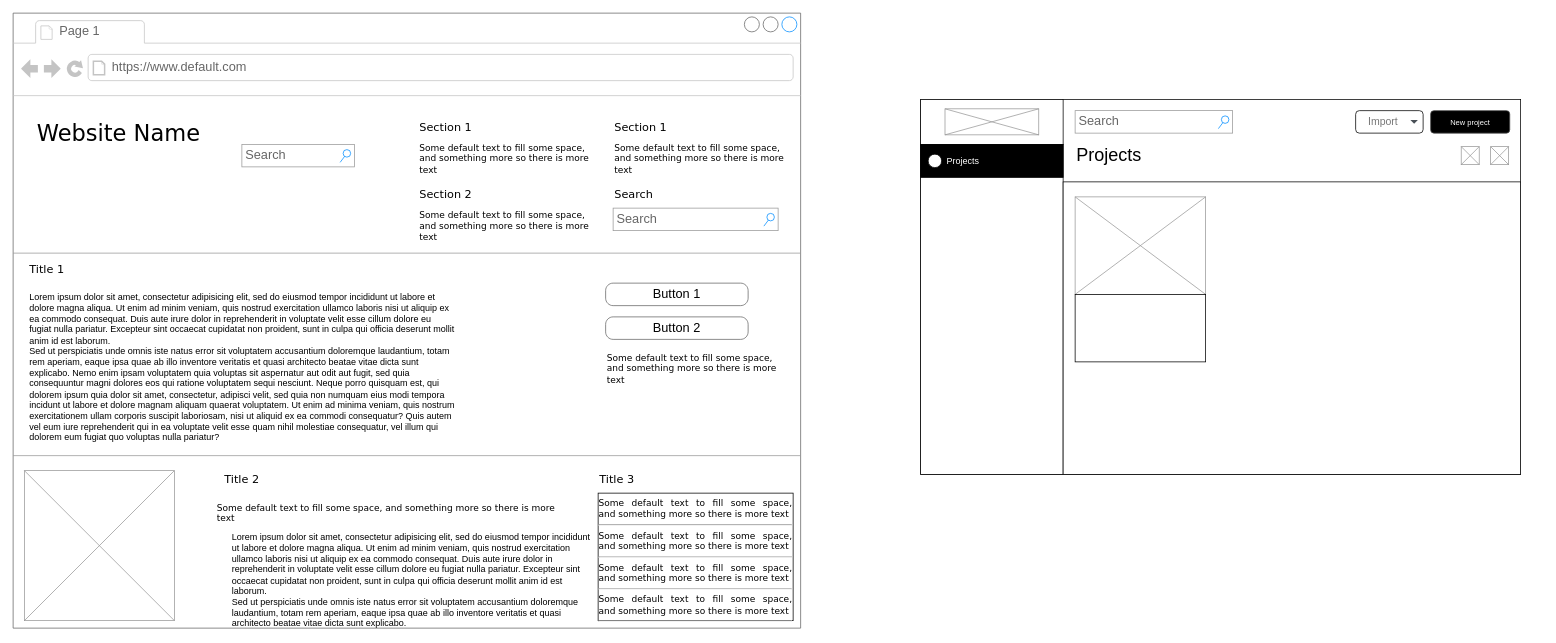
Earlier version of the draw.io diagram source/assets/Untitled Diagram.drawio (myebstudios/eb-image-reducer). Source tidied: cells renumbered, new cells numbered last; positions are measured from the earlier drawing's top-left corner, leaving out a move shared by most shapes. Both pictures are drawn from the tidied source at 75%, with x=0, y=0 at pixel (13, 13).
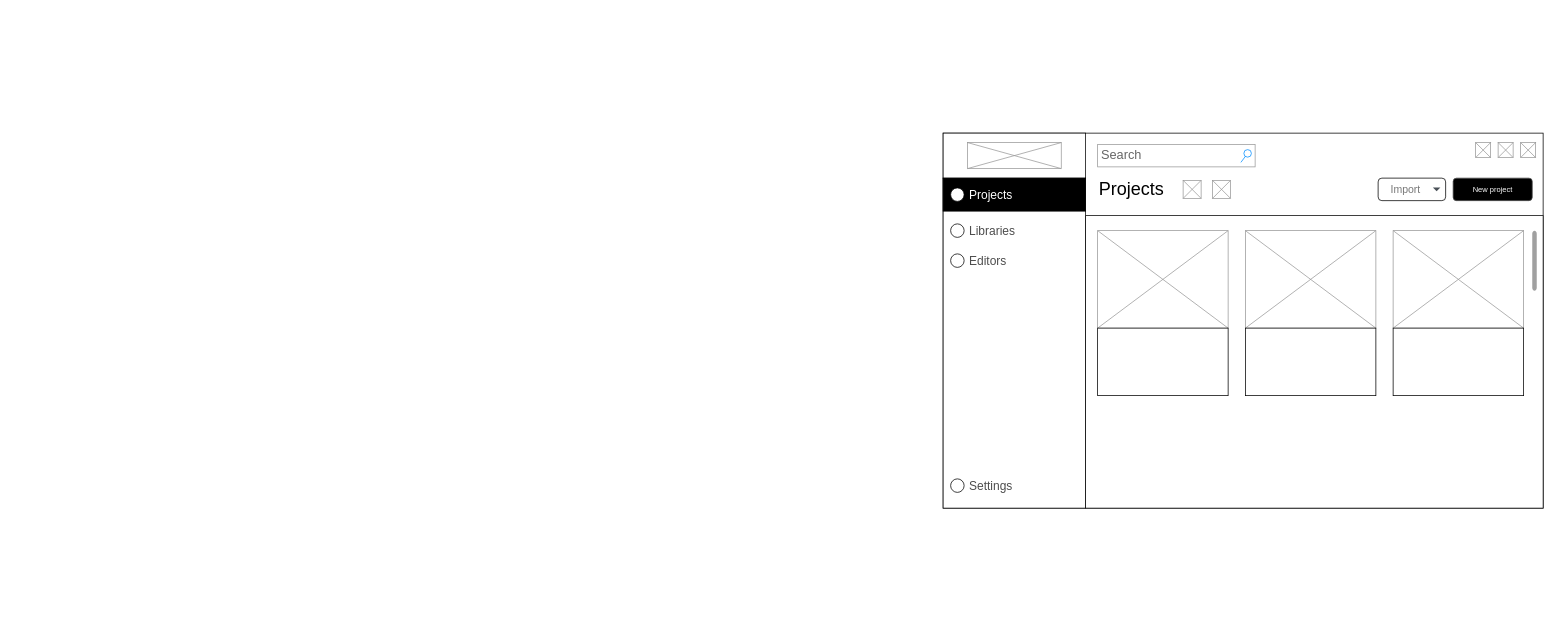
Above is the later version.

What changed in the source:
```diff
@@
-    <mxCell id="2" style="strokeWidth=1;shadow=0;dashed=0;align=center;html=1;shape=mxgraph.mockup.containers.browserWindow;rSize=0;strokeColor=#666666;mainText=,;rounded=0;labelBackgroundColor=none;fontFamily=Verdana;fontSize=12;" parent="1" vertex="1">
-      <mxGeometry width="1050" height="820" as="geometry" />
-    </mxCell>
-    <mxCell id="3" value="Page 1" style="strokeWidth=1;shadow=0;dashed=0;align=center;html=1;shape=mxgraph.mockup.containers.anchor;fontSize=17;fontColor=#666666;align=left;" parent="2" vertex="1">
-      <mxGeometry x="60" y="12" width="110" height="26" as="geometry" />
-    </mxCell>
-    <mxCell id="4" value="https://www.default.com" style="strokeWidth=1;shadow=0;dashed=0;align=center;html=1;shape=mxgraph.mockup.containers.anchor;rSize=0;fontSize=17;fontColor=#666666;align=left;" parent="2" vertex="1">
-      <mxGeometry x="130" y="60" width="250" height="26" as="geometry" />
-    </mxCell>
-    <mxCell id="5" value="Website Name" style="text;html=1;align=left;verticalAlign=top;spacingTop=-4;fontSize=30;fontFamily=Verdana;" parent="2" vertex="1">
-      <mxGeometry x="30" y="140" width="340" height="50" as="geometry" />
-    </mxCell>
-    <mxCell id="6" value="Section 1" style="text;html=1;align=left;verticalAlign=top;spacingTop=-4;fontSize=15;fontFamily=Verdana;" parent="2" vertex="1">
-      <mxGeometry x="540" y="140" width="170" height="30" as="geometry" />
-    </mxCell>
-    <mxCell id="7" value="Some default text to fill some space, and&amp;nbsp;&lt;span&gt;something more so there is more text&lt;/span&gt;" style="text;html=1;align=left;verticalAlign=top;spacingTop=-4;fontSize=12;fontFamily=Verdana;whiteSpace=wrap;" parent="2" vertex="1">
-      <mxGeometry x="540" y="170" width="240" height="40" as="geometry" />
-    </mxCell>
-    <mxCell id="8" value="Section 2" style="text;html=1;align=left;verticalAlign=top;spacingTop=-4;fontSize=15;fontFamily=Verdana;" parent="2" vertex="1">
-      <mxGeometry x="540" y="230" width="170" height="30" as="geometry" />
-    </mxCell>
-    <mxCell id="9" value="Some default text to fill some space, and&amp;nbsp;&lt;span&gt;something more so there is more text&lt;/span&gt;" style="text;html=1;align=left;verticalAlign=top;spacingTop=-4;fontSize=12;fontFamily=Verdana;whiteSpace=wrap;" parent="2" vertex="1">
-      <mxGeometry x="540" y="260" width="240" height="40" as="geometry" />
-    </mxCell>
-    <mxCell id="10" value="Section 1" style="text;html=1;align=left;verticalAlign=top;spacingTop=-4;fontSize=15;fontFamily=Verdana;" parent="2" vertex="1">
-      <mxGeometry x="800" y="140" width="170" height="30" as="geometry" />
-    </mxCell>
-    <mxCell id="11" value="Some default text to fill some space, and&amp;nbsp;&lt;span&gt;something more so there is more text&lt;/span&gt;" style="text;html=1;align=left;verticalAlign=top;spacingTop=-4;fontSize=12;fontFamily=Verdana;whiteSpace=wrap;" parent="2" vertex="1">
-      <mxGeometry x="800" y="170" width="240" height="40" as="geometry" />
-    </mxCell>
-    <mxCell id="12" value="Search" style="text;html=1;align=left;verticalAlign=top;spacingTop=-4;fontSize=15;fontFamily=Verdana;" parent="2" vertex="1">
-      <mxGeometry x="800" y="230" width="170" height="30" as="geometry" />
-    </mxCell>
-    <mxCell id="13" value="Search" style="strokeWidth=1;shadow=0;dashed=0;align=center;html=1;shape=mxgraph.mockup.forms.searchBox;strokeColor=#999999;mainText=;strokeColor2=#008cff;fontColor=#666666;fontSize=17;align=left;spacingLeft=3;rounded=0;labelBackgroundColor=none;" parent="2" vertex="1">
-      <mxGeometry x="800" y="260" width="220" height="30" as="geometry" />
-    </mxCell>
-    <mxCell id="14" style="verticalLabelPosition=bottom;shadow=0;dashed=0;align=center;html=1;verticalAlign=top;strokeWidth=1;shape=mxgraph.mockup.markup.line;strokeColor=#999999;rounded=0;labelBackgroundColor=none;fillColor=#ffffff;fontFamily=Verdana;fontSize=12;fontColor=#000000;" parent="2" vertex="1">
-      <mxGeometry y="310" width="1050" height="20" as="geometry" />
-    </mxCell>
-    <mxCell id="15" value="Title 1" style="text;html=1;align=left;verticalAlign=top;spacingTop=-4;fontSize=15;fontFamily=Verdana;" parent="2" vertex="1">
-      <mxGeometry x="20" y="330" width="170" height="30" as="geometry" />
-    </mxCell>
-    <mxCell id="16" value="Lorem ipsum dolor sit amet, consectetur adipisicing elit, sed do eiusmod tempor incididunt ut labore et dolore magna aliqua. Ut enim ad minim veniam, quis nostrud exercitation ullamco laboris nisi ut aliquip ex ea commodo consequat. Duis aute irure dolor in reprehenderit in voluptate velit esse cillum dolore eu fugiat nulla pariatur. Excepteur sint occaecat cupidatat non proident, sunt in culpa qui officia deserunt mollit anim id est laborum.&#10;Sed ut perspiciatis unde omnis iste natus error sit voluptatem accusantium doloremque laudantium, totam rem aperiam, eaque ipsa quae ab illo inventore veritatis et quasi architecto beatae vitae dicta sunt explicabo. Nemo enim ipsam voluptatem quia voluptas sit aspernatur aut odit aut fugit, sed quia consequuntur magni dolores eos qui ratione voluptatem sequi nesciunt. Neque porro quisquam est, qui dolorem ipsum quia dolor sit amet, consectetur, adipisci velit, sed quia non numquam eius modi tempora incidunt ut labore et dolore magnam aliquam quaerat voluptatem. Ut enim ad minima veniam, quis nostrum exercitationem ullam corporis suscipit laboriosam, nisi ut aliquid ex ea commodi consequatur? Quis autem vel eum iure reprehenderit qui in ea voluptate velit esse quam nihil molestiae consequatur, vel illum qui dolorem eum fugiat quo voluptas nulla pariatur?" style="text;spacingTop=-5;whiteSpace=wrap;html=1;align=left;fontSize=12;fontFamily=Helvetica;fillColor=none;strokeColor=none;rounded=0;shadow=1;labelBackgroundColor=none;" parent="2" vertex="1">
-      <mxGeometry x="20" y="370" width="570" height="240" as="geometry" />
-    </mxCell>
-    <mxCell id="17" value="Button 1" style="strokeWidth=1;shadow=0;dashed=0;align=center;html=1;shape=mxgraph.mockup.buttons.button;strokeColor=#666666;mainText=;buttonStyle=round;fontSize=17;fontStyle=0;fillColor=none;whiteSpace=wrap;rounded=0;labelBackgroundColor=none;" parent="2" vertex="1">
-      <mxGeometry x="790" y="360" width="190" height="30" as="geometry" />
-    </mxCell>
-    <mxCell id="18" value="Button 2" style="strokeWidth=1;shadow=0;dashed=0;align=center;html=1;shape=mxgraph.mockup.buttons.button;strokeColor=#666666;mainText=;buttonStyle=round;fontSize=17;fontStyle=0;fillColor=none;whiteSpace=wrap;rounded=0;labelBackgroundColor=none;" parent="2" vertex="1">
-      <mxGeometry x="790" y="405" width="190" height="30" as="geometry" />
-    </mxCell>
-    <mxCell id="19" value="Some default text to fill some space, and&amp;nbsp;&lt;span&gt;something more so there is more text&lt;/span&gt;" style="text;html=1;align=left;verticalAlign=top;spacingTop=-4;fontSize=12;fontFamily=Verdana;whiteSpace=wrap;" parent="2" vertex="1">
-      <mxGeometry x="790" y="450" width="240" height="40" as="geometry" />
-    </mxCell>
-    <mxCell id="20" style="verticalLabelPosition=bottom;shadow=0;dashed=0;align=center;html=1;verticalAlign=top;strokeWidth=1;shape=mxgraph.mockup.markup.line;strokeColor=#999999;rounded=0;labelBackgroundColor=none;fillColor=#ffffff;fontFamily=Verdana;fontSize=12;fontColor=#000000;" parent="2" vertex="1">
-      <mxGeometry y="580" width="1050" height="20" as="geometry" />
-    </mxCell>
-    <mxCell id="21" style="verticalLabelPosition=bottom;shadow=0;dashed=0;align=center;html=1;verticalAlign=top;strokeWidth=1;shape=mxgraph.mockup.graphics.simpleIcon;strokeColor=#999999;fillColor=#ffffff;rounded=0;labelBackgroundColor=none;fontFamily=Verdana;fontSize=12;fontColor=#000000;" parent="2" vertex="1">
-      <mxGeometry x="15" y="610" width="200" height="200" as="geometry" />
-    </mxCell>
-    <mxCell id="22" value="Title 2" style="text;html=1;align=left;verticalAlign=top;spacingTop=-4;fontSize=15;fontFamily=Verdana;" parent="2" vertex="1">
-      <mxGeometry x="280" y="610" width="170" height="30" as="geometry" />
-    </mxCell>
-    <mxCell id="23" value="Title 3" style="text;html=1;align=left;verticalAlign=top;spacingTop=-4;fontSize=15;fontFamily=Verdana;" parent="2" vertex="1">
-      <mxGeometry x="780" y="610" width="170" height="30" as="geometry" />
-    </mxCell>
-    <mxCell id="24" value="&lt;div style=&quot;text-align: justify&quot;&gt;&lt;span&gt;Some default text to fill some space, and&amp;nbsp;&lt;/span&gt;&lt;span&gt;something more so there is more text&lt;/span&gt;&lt;/div&gt;&lt;div style=&quot;text-align: justify&quot;&gt;&lt;hr id=&quot;null&quot; style=&quot;text-align: justify&quot;&gt;&lt;span&gt;&lt;div style=&quot;text-align: justify&quot;&gt;&lt;span&gt;Some default text to fill some space, and&amp;nbsp;&lt;/span&gt;&lt;span&gt;something more so there is more text&lt;/span&gt;&lt;/div&gt;&lt;/span&gt;&lt;/div&gt;&lt;hr id=&quot;null&quot; style=&quot;text-align: justify&quot;&gt;&lt;span&gt;&lt;div style=&quot;text-align: justify&quot;&gt;&lt;span&gt;Some default text to fill some space, and&amp;nbsp;&lt;/span&gt;&lt;span&gt;something more so there is more text&lt;/span&gt;&lt;/div&gt;&lt;/span&gt;&lt;hr id=&quot;null&quot; style=&quot;text-align: justify&quot;&gt;&lt;span&gt;&lt;div style=&quot;text-align: justify&quot;&gt;&lt;span&gt;Some default text to fill some space, and&amp;nbsp;&lt;/span&gt;&lt;span&gt;something more so there is more text&lt;/span&gt;&lt;/div&gt;&lt;/span&gt;&lt;hr id=&quot;null&quot; style=&quot;text-align: left&quot;&gt;" style="whiteSpace=wrap;html=1;rounded=0;shadow=0;labelBackgroundColor=none;strokeWidth=1;fontFamily=Verdana;fontSize=12;align=center;verticalAlign=top;" parent="2" vertex="1">
-      <mxGeometry x="780" y="640" width="260" height="170" as="geometry" />
-    </mxCell>
-    <mxCell id="25" value="Some default text to fill some space, and&amp;nbsp;&lt;span&gt;something more so there is more text&lt;/span&gt;" style="text;html=1;align=left;verticalAlign=top;spacingTop=-4;fontSize=12;fontFamily=Verdana;whiteSpace=wrap;" parent="2" vertex="1">
-      <mxGeometry x="270" y="650" width="470" height="40" as="geometry" />
-    </mxCell>
-    <mxCell id="26" value="Search" style="strokeWidth=1;shadow=0;dashed=0;align=center;html=1;shape=mxgraph.mockup.forms.searchBox;strokeColor=#999999;mainText=;strokeColor2=#008cff;fontColor=#666666;fontSize=17;align=left;spacingLeft=3;whiteSpace=wrap;" parent="2" vertex="1">
-      <mxGeometry x="305" y="175" width="150" height="30" as="geometry" />
-    </mxCell>
-    <mxCell id="27" value="Lorem ipsum dolor sit amet, consectetur adipisicing elit, sed do eiusmod tempor incididunt ut labore et dolore magna aliqua. Ut enim ad minim veniam, quis nostrud exercitation ullamco laboris nisi ut aliquip ex ea commodo consequat. Duis aute irure dolor in reprehenderit in voluptate velit esse cillum dolore eu fugiat nulla pariatur. Excepteur sint occaecat cupidatat non proident, sunt in culpa qui officia deserunt mollit anim id est laborum.&lt;br&gt;Sed ut perspiciatis unde omnis iste natus error sit voluptatem accusantium doloremque laudantium, totam rem aperiam, eaque ipsa quae ab illo inventore veritatis et quasi architecto beatae vitae dicta sunt explicabo.&amp;nbsp;" style="text;spacingTop=-5;whiteSpace=wrap;html=1;align=left;fontSize=12;fontFamily=Helvetica;fillColor=none;strokeColor=none;rounded=0;shadow=1;labelBackgroundColor=none;" parent="1" vertex="1">
-      <mxGeometry x="290" y="690" width="490" height="125" as="geometry" />
-    </mxCell>
+    <mxCell id="45" style="group;" parent="1" vertex="1">
+      <mxGeometry x="1240" y="160" width="800" height="500" as="geometry" />
+    </mxCell>
-    <mxCell id="28" style="rounded=0;whiteSpace=wrap;html=1;" parent="1" vertex="1">
-      <mxGeometry x="1210" y="115" width="800" height="500" as="geometry" />
+    <mxCell id="28" style="rounded=0;whiteSpace=wrap;html=1;" parent="45" vertex="1">
+      <mxGeometry width="800" height="500" as="geometry" />
     </mxCell>
-    <mxCell id="29" style="rounded=0;whiteSpace=wrap;html=1;" parent="1" vertex="1">
-      <mxGeometry x="1210" y="175" width="190" height="440" as="geometry" />
+    <mxCell id="29" style="rounded=0;whiteSpace=wrap;html=1;" parent="45" vertex="1">
+      <mxGeometry y="60" width="190" height="440" as="geometry" />
     </mxCell>
-    <mxCell id="30" style="rounded=0;whiteSpace=wrap;html=1;" parent="1" vertex="1">
-      <mxGeometry x="1210" y="115" width="190" height="60" as="geometry" />
+    <mxCell id="30" style="rounded=0;whiteSpace=wrap;html=1;" parent="45" vertex="1">
+      <mxGeometry width="190" height="60" as="geometry" />
     </mxCell>
-    <mxCell id="31" style="rounded=0;whiteSpace=wrap;html=1;" parent="1" vertex="1">
-      <mxGeometry x="1400" y="225" width="610" height="390" as="geometry" />
+    <mxCell id="31" style="rounded=0;whiteSpace=wrap;html=1;" parent="45" vertex="1">
+      <mxGeometry x="190" y="110" width="610" height="390" as="geometry" />
     </mxCell>
-    <mxCell id="32" value="Search" style="strokeWidth=1;shadow=0;dashed=0;align=center;html=1;shape=mxgraph.mockup.forms.searchBox;strokeColor=#999999;mainText=;strokeColor2=#008cff;fontColor=#666666;fontSize=17;align=left;spacingLeft=3;whiteSpace=wrap;" parent="1" vertex="1">
-      <mxGeometry x="1416" y="130" width="210" height="30" as="geometry" />
+    <mxCell id="32" value="Search" style="strokeWidth=1;shadow=0;dashed=0;align=center;html=1;shape=mxgraph.mockup.forms.searchBox;strokeColor=#999999;mainText=;strokeColor2=#008cff;fontColor=#666666;fontSize=17;align=left;spacingLeft=3;whiteSpace=wrap;" parent="45" vertex="1">
+      <mxGeometry x="206" y="15" width="210" height="30" as="geometry" />
     </mxCell>
-    <mxCell id="33" value="New project" style="rounded=1;html=1;shadow=0;dashed=0;whiteSpace=wrap;fontSize=10;fillColor=#000000;align=center;strokeColor=#4D4D4D;fontColor=#ffffff;" parent="1" vertex="1">
-      <mxGeometry x="1890" y="130" width="105.5" height="30" as="geometry" />
+    <mxCell id="33" value="New project" style="rounded=1;html=1;shadow=0;dashed=0;whiteSpace=wrap;fontSize=10;fillColor=#000000;align=center;strokeColor=#4D4D4D;fontColor=#ffffff;" parent="45" vertex="1">
+      <mxGeometry x="680" y="60" width="105.5" height="30" as="geometry" />
     </mxCell>
-    <mxCell id="34" value="Import" style="html=1;shadow=0;dashed=0;shape=mxgraph.bootstrap.rrect;rSize=5;strokeColor=#000000;strokeWidth=1;fillColor=#ffffff;fontColor=#777777;whiteSpace=wrap;align=left;verticalAlign=middle;fontStyle=0;fontSize=14;spacingRight=0;spacing=17;" parent="1" vertex="1">
-      <mxGeometry x="1790" y="130" width="90" height="30" as="geometry" />
+    <mxCell id="34" value="Import" style="html=1;shadow=0;dashed=0;shape=mxgraph.bootstrap.rrect;rSize=5;strokeColor=#000000;strokeWidth=1;fillColor=#ffffff;fontColor=#777777;whiteSpace=wrap;align=left;verticalAlign=middle;fontStyle=0;fontSize=14;spacingRight=0;spacing=17;" parent="45" vertex="1">
+      <mxGeometry x="580" y="60" width="90" height="30" as="geometry" />
     </mxCell>
@@
-    <mxCell id="36" style="verticalLabelPosition=bottom;shadow=0;dashed=0;align=center;html=1;verticalAlign=top;strokeWidth=1;shape=mxgraph.mockup.graphics.simpleIcon;strokeColor=#999999;" parent="1" vertex="1">
-      <mxGeometry x="1242.5" y="127.6" width="125" height="34.7" as="geometry" />
+    <mxCell id="36" style="verticalLabelPosition=bottom;shadow=0;dashed=0;align=center;html=1;verticalAlign=top;strokeWidth=1;shape=mxgraph.mockup.graphics.simpleIcon;strokeColor=#999999;" parent="45" vertex="1">
+      <mxGeometry x="32.5" y="12.6" width="125" height="34.7" as="geometry" />
     </mxCell>
-    <mxCell id="37" style="rounded=0;whiteSpace=wrap;html=1;fillColor=#000000;" parent="1" vertex="1">
-      <mxGeometry x="1210" y="175" width="190" height="44" as="geometry" />
+    <mxCell id="37" style="rounded=0;whiteSpace=wrap;html=1;fillColor=#000000;" parent="45" vertex="1">
+      <mxGeometry y="60" width="190" height="44" as="geometry" />
     </mxCell>
-    <mxCell id="38" style="verticalLabelPosition=bottom;shadow=0;dashed=0;align=center;html=1;verticalAlign=top;strokeWidth=1;shape=mxgraph.mockup.graphics.simpleIcon;strokeColor=#999999;" parent="1" vertex="1">
-      <mxGeometry x="1416" y="245" width="174" height="130" as="geometry" />
+    <mxCell id="38" style="verticalLabelPosition=bottom;shadow=0;dashed=0;align=center;html=1;verticalAlign=top;strokeWidth=1;shape=mxgraph.mockup.graphics.simpleIcon;strokeColor=#999999;" parent="45" vertex="1">
+      <mxGeometry x="206" y="130" width="174" height="130" as="geometry" />
     </mxCell>
-    <mxCell id="39" style="rounded=0;whiteSpace=wrap;html=1;" parent="1" vertex="1">
-      <mxGeometry x="1416" y="375" width="174" height="90" as="geometry" />
+    <mxCell id="39" style="rounded=0;whiteSpace=wrap;html=1;" parent="45" vertex="1">
+      <mxGeometry x="206" y="260" width="174" height="90" as="geometry" />
     </mxCell>
-    <mxCell id="40" value="Projects" style="text;html=1;align=left;verticalAlign=middle;whiteSpace=wrap;rounded=0;fontSize=24;" parent="1" vertex="1">
-      <mxGeometry x="1416" y="175" width="104" height="30" as="geometry" />
+    <mxCell id="40" value="Projects" style="text;html=1;align=left;verticalAlign=middle;whiteSpace=wrap;rounded=0;fontSize=24;" parent="45" vertex="1">
+      <mxGeometry x="206" y="65" width="104" height="20" as="geometry" />
     </mxCell>
-    <mxCell id="41" style="verticalLabelPosition=bottom;shadow=0;dashed=0;align=center;html=1;verticalAlign=top;strokeWidth=1;shape=mxgraph.mockup.graphics.simpleIcon;strokeColor=#999999;" parent="1" vertex="1">
-      <mxGeometry x="1970" y="178" width="24" height="24" as="geometry" />
+    <mxCell id="41" style="verticalLabelPosition=bottom;shadow=0;dashed=0;align=center;html=1;verticalAlign=top;strokeWidth=1;shape=mxgraph.mockup.graphics.simpleIcon;strokeColor=#999999;" parent="45" vertex="1">
+      <mxGeometry x="359.2" y="63" width="24" height="24" as="geometry" />
     </mxCell>
-    <mxCell id="42" style="verticalLabelPosition=bottom;shadow=0;dashed=0;align=center;html=1;verticalAlign=top;strokeWidth=1;shape=mxgraph.mockup.graphics.simpleIcon;strokeColor=#999999;" parent="1" vertex="1">
-      <mxGeometry x="1930.8" y="178" width="24" height="24" as="geometry" />
+    <mxCell id="42" style="verticalLabelPosition=bottom;shadow=0;dashed=0;align=center;html=1;verticalAlign=top;strokeWidth=1;shape=mxgraph.mockup.graphics.simpleIcon;strokeColor=#999999;" parent="45" vertex="1">
+      <mxGeometry x="320" y="63" width="24" height="24" as="geometry" />
     </mxCell>
-    <mxCell id="43" value="Projects" style="text;html=1;align=left;verticalAlign=middle;whiteSpace=wrap;rounded=0;fillColor=none;fontColor=#FFFFFF;" parent="1" vertex="1">
-      <mxGeometry x="1242.5" y="182" width="60" height="30" as="geometry" />
+    <mxCell id="43" value="Projects" style="text;html=1;align=left;verticalAlign=middle;whiteSpace=wrap;rounded=0;fillColor=none;fontColor=#FFFFFF;fontSize=16;" parent="45" vertex="1">
+      <mxGeometry x="32.5" y="67" width="60" height="30" as="geometry" />
     </mxCell>
-    <mxCell id="44" style="rounded=1;whiteSpace=wrap;html=1;arcSize=50;" parent="1" vertex="1">
-      <mxGeometry x="1220" y="188" width="18" height="18" as="geometry" />
+    <mxCell id="44" style="rounded=1;whiteSpace=wrap;html=1;arcSize=50;" parent="45" vertex="1">
+      <mxGeometry x="10" y="73" width="18" height="18" as="geometry" />
     </mxCell>
+    <mxCell id="46" style="verticalLabelPosition=bottom;shadow=0;dashed=0;align=center;html=1;verticalAlign=top;strokeWidth=1;shape=mxgraph.mockup.graphics.simpleIcon;strokeColor=#999999;" parent="45" vertex="1">
+      <mxGeometry x="710" y="12.6" width="20" height="20" as="geometry" />
+    </mxCell>
+    <mxCell id="47" style="verticalLabelPosition=bottom;shadow=0;dashed=0;align=center;html=1;verticalAlign=top;strokeWidth=1;shape=mxgraph.mockup.graphics.simpleIcon;strokeColor=#999999;" parent="45" vertex="1">
+      <mxGeometry x="740" y="12.6" width="20" height="20" as="geometry" />
+    </mxCell>
+    <mxCell id="48" style="verticalLabelPosition=bottom;shadow=0;dashed=0;align=center;html=1;verticalAlign=top;strokeWidth=1;shape=mxgraph.mockup.graphics.simpleIcon;strokeColor=#999999;" parent="45" vertex="1">
+      <mxGeometry x="770" y="12.6" width="20" height="20" as="geometry" />
+    </mxCell>
+    <mxCell id="49" style="verticalLabelPosition=bottom;shadow=0;dashed=0;align=center;html=1;verticalAlign=top;strokeWidth=1;shape=mxgraph.mockup.graphics.simpleIcon;strokeColor=#999999;" parent="45" vertex="1">
+      <mxGeometry x="403" y="130" width="174" height="130" as="geometry" />
+    </mxCell>
+    <mxCell id="50" style="rounded=0;whiteSpace=wrap;html=1;" parent="45" vertex="1">
+      <mxGeometry x="403" y="260" width="174" height="90" as="geometry" />
+    </mxCell>
+    <mxCell id="51" style="verticalLabelPosition=bottom;shadow=0;dashed=0;align=center;html=1;verticalAlign=top;strokeWidth=1;shape=mxgraph.mockup.graphics.simpleIcon;strokeColor=#999999;" parent="45" vertex="1">
+      <mxGeometry x="600" y="130" width="174" height="130" as="geometry" />
+    </mxCell>
+    <mxCell id="52" style="rounded=0;whiteSpace=wrap;html=1;" parent="45" vertex="1">
+      <mxGeometry x="600" y="260" width="174" height="90" as="geometry" />
+    </mxCell>
+    <mxCell id="53" style="rounded=1;whiteSpace=wrap;html=1;arcSize=50;" parent="45" vertex="1">
+      <mxGeometry x="10" y="121" width="18" height="18" as="geometry" />
+    </mxCell>
+    <mxCell id="54" value="Libraries" style="text;html=1;align=left;verticalAlign=middle;whiteSpace=wrap;rounded=0;fillColor=none;fontColor=#4D4D4D;fontSize=16;" parent="45" vertex="1">
+      <mxGeometry x="32.5" y="115" width="77.5" height="30" as="geometry" />
+    </mxCell>
+    <mxCell id="55" style="rounded=1;whiteSpace=wrap;html=1;arcSize=50;" parent="45" vertex="1">
+      <mxGeometry x="10" y="461" width="18" height="18" as="geometry" />
+    </mxCell>
+    <mxCell id="56" value="Settings" style="text;html=1;align=left;verticalAlign=middle;whiteSpace=wrap;rounded=0;fillColor=none;fontColor=#4D4D4D;fontSize=16;" parent="45" vertex="1">
+      <mxGeometry x="32.5" y="455" width="60" height="30" as="geometry" />
+    </mxCell>
+    <mxCell id="57" value="Editors" style="text;html=1;align=left;verticalAlign=middle;whiteSpace=wrap;rounded=0;fillColor=none;fontColor=#4D4D4D;fontSize=16;" parent="45" vertex="1">
+      <mxGeometry x="32.5" y="155" width="60" height="30" as="geometry" />
+    </mxCell>
+    <mxCell id="58" style="rounded=1;whiteSpace=wrap;html=1;arcSize=50;" parent="45" vertex="1">
+      <mxGeometry x="10" y="161" width="18" height="18" as="geometry" />
+    </mxCell>
+    <mxCell id="59" style="html=1;verticalLabelPosition=bottom;labelBackgroundColor=#ffffff;verticalAlign=top;shadow=0;dashed=0;strokeWidth=2;shape=mxgraph.ios7.misc.scroll_(vertical);fillColor=#a0a0a0;" parent="45" vertex="1">
+      <mxGeometry x="785.5" y="130" width="6" height="80" as="geometry" />
+    </mxCell>
```
